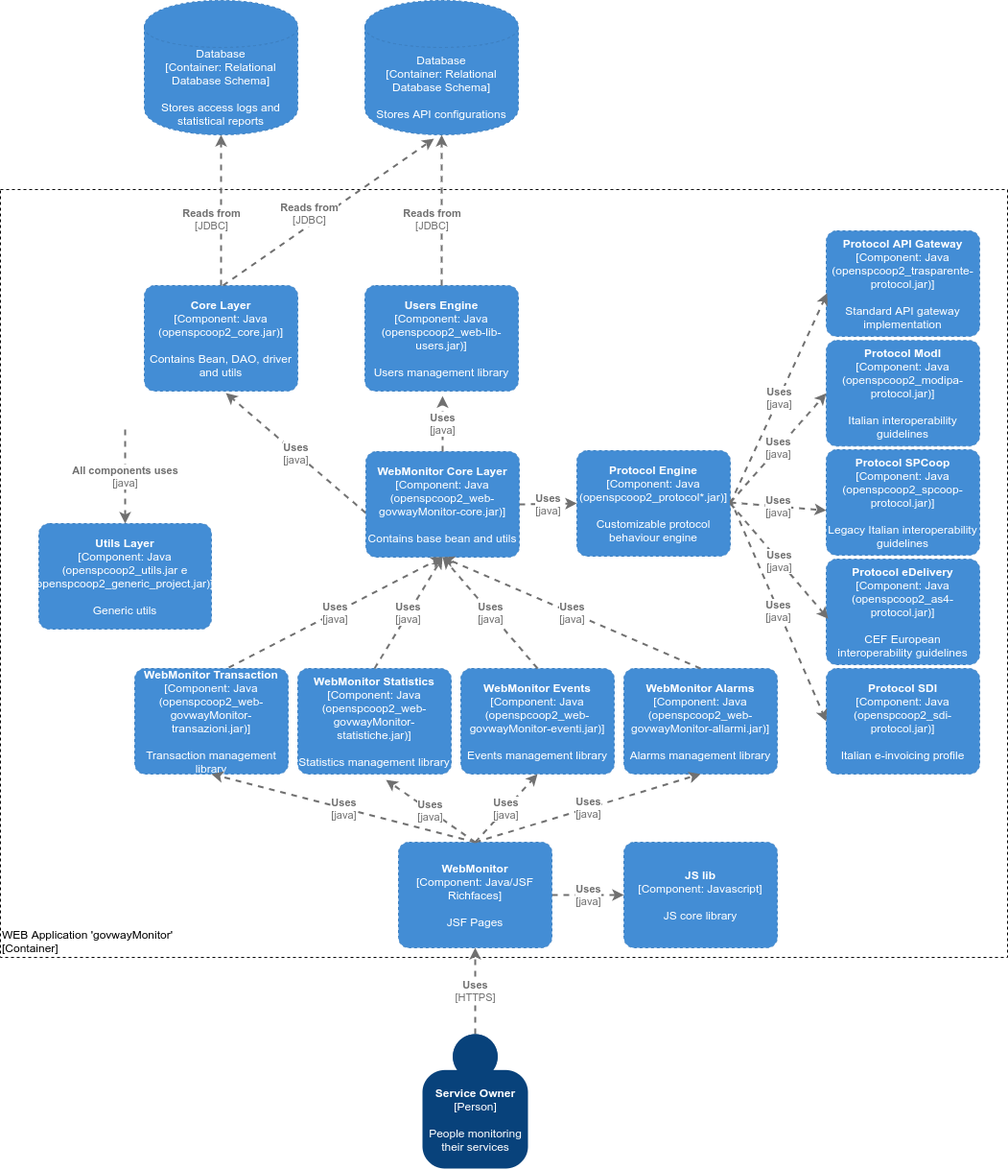
Earlier version of the draw.io export resources/doc/src/c4_architecture/img/c4_architecture-L3-govwayMonitor.png (link-it/govway). Source tidied: cells renumbered, new cells last; positions are measured from the earlier drawing's top-left corner, leaving out a move shared by most shapes.
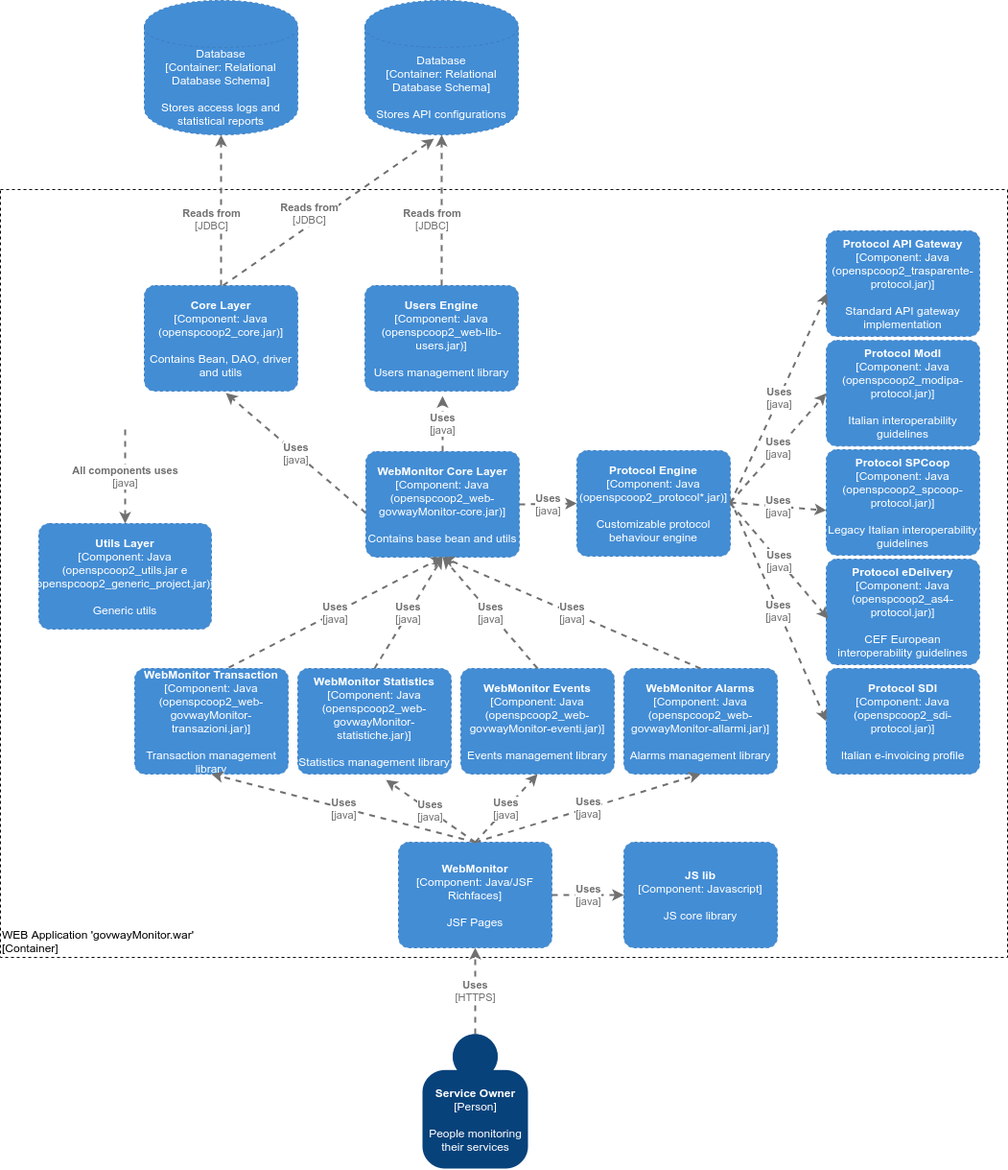
Above is the later version.

The edit, as a diff of the source:
```diff
@@ -2,7 +2,7 @@
   <root>
     <mxCell id="0" />
     <mxCell id="1" parent="0" />
-    <object id="2" label="&lt;div style=&quot;text-align: left&quot;&gt;%c4Name%&lt;/div&gt;&lt;div style=&quot;text-align: left&quot;&gt;[%c4Application%]&lt;/div&gt;" c4Application="Container" c4Name="WEB Application 'govwayMonitor'" c4Type="ExecutionEnvironment" placeholders="1">
+    <object id="2" label="&lt;div style=&quot;text-align: left&quot;&gt;%c4Name%&lt;/div&gt;&lt;div style=&quot;text-align: left&quot;&gt;[%c4Application%]&lt;/div&gt;" c4Application="Container" c4Name="WEB Application 'govwayMonitor.war'" c4Type="ExecutionEnvironment" placeholders="1">
       <mxCell style="rounded=0;whiteSpace=wrap;html=1;labelBackgroundColor=none;fillColor=#ffffff;fontColor=#000000;align=left;arcSize=5;strokeColor=#000000;verticalAlign=bottom;metaData={&quot;c4Type&quot;:{&quot;editable&quot;:false}};points=[[0.25,0,0],[0.5,0,0],[0.75,0,0],[1,0.25,0],[1,0.5,0],[1,0.75,0],[0.75,1,0],[0.5,1,0],[0.25,1,0],[0,0.75,0],[0,0.5,0],[0,0.25,0]];dashed=1;" parent="1" vertex="1">
         <mxGeometry y="197" width="1050" height="800" as="geometry" />
       </mxCell>
```
